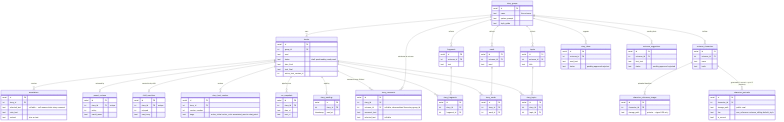
Before: docs/architecture/img/05-data-model.png, a diagram exported from Mermaid (ikushlianski/bedtime-stories). Its source is kept beside it as docs/architecture/diagrams/05-data-model.mmd.
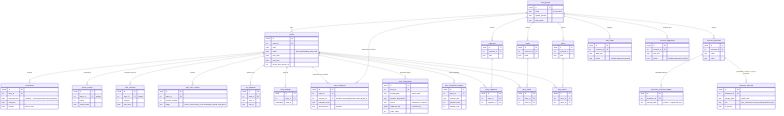
Later version of the same file.

The edit, as a diff of the source:
```diff
@@ -16,6 +16,8 @@
   stories ||--o{ story_readings : "read log"
   stories ||--o{ story_comments : "comments once finished"
   story_groups ||--o{ story_comments : "attributes to universe"
+  stories ||--o{ story_illustrations : "generated album"
+  stories ||--o{ story_illustration_markers : "marked passages"
   stories ||--o{ story_fragments : ""
   fragments ||--o{ story_fragments : ""
   stories ||--o{ story_words : ""
@@ -141,3 +143,19 @@
     int story_id FK
     int topic_id FK
   }
+  story_illustrations {
+    serial id PK
+    int story_id FK
+    text storage_path "public-read"
+    text moment_description
+    text source "automatic or manual"
+    jsonb character_ids "nullable int[]"
+    int order_index
+  }
+  story_illustration_markers {
+    serial id PK
+    int story_id FK
+    text marked_text
+    int position_start
+    int position_end
+  }
```
